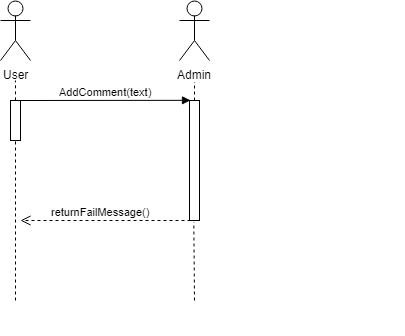
Earlier version of the draw.io export Behavioral/Sequence Diagram/Add comment fail scenario.png (group-c/sw-project). Source tidied: cells renumbered, new cells last; positions are measured from the earlier drawing's top-left corner, leaving out a move shared by most shapes. Its diagram source:
```xml
<mxGraphModel>
  <root>
    <mxCell id="0" />
    <mxCell id="1" parent="0" />
    <mxCell id="2" value="User&lt;br&gt;" style="shape=umlActor;verticalLabelPosition=bottom;labelBackgroundColor=#ffffff;verticalAlign=top;html=1;" parent="1" vertex="1">
      <mxGeometry width="30" height="60" as="geometry" />
    </mxCell>
    <mxCell id="3" style="html=1;points=[];perimeter=orthogonalPerimeter;" parent="1" vertex="1">
      <mxGeometry x="10" y="100" width="10" height="40" as="geometry" />
    </mxCell>
    <mxCell id="4" style="html=1;points=[];perimeter=orthogonalPerimeter;" parent="1" vertex="1">
      <mxGeometry x="189" y="100" width="10" height="120" as="geometry" />
    </mxCell>
    <mxCell id="5" style="endArrow=none;dashed=1;html=1;" parent="1" edge="1">
      <mxGeometry relative="1" as="geometry">
        <mxPoint x="194" y="100" as="sourcePoint" />
        <mxPoint x="194" y="80" as="targetPoint" />
      </mxGeometry>
    </mxCell>
    <mxCell id="6" value="Admin" style="shape=umlActor;verticalLabelPosition=bottom;labelBackgroundColor=#ffffff;verticalAlign=top;html=1;" parent="1" vertex="1">
      <mxGeometry x="179" width="30" height="60" as="geometry" />
    </mxCell>
    <mxCell id="7" style="endArrow=none;dashed=1;html=1;exitX=0.523;exitY=0.002;exitDx=0;exitDy=0;exitPerimeter=0;" parent="1" edge="1" source="3">
      <mxGeometry relative="1" as="geometry">
        <mxPoint x="15" y="80" as="targetPoint" />
      </mxGeometry>
    </mxCell>
    <mxCell id="8" style="endArrow=none;dashed=1;html=1;entryX=0.532;entryY=1.01;entryDx=0;entryDy=0;entryPerimeter=0;" parent="1" edge="1" target="3">
      <mxGeometry relative="1" as="geometry">
        <mxPoint x="15" y="300" as="sourcePoint" />
      </mxGeometry>
    </mxCell>
    <mxCell id="9" value="AddComment(text)" style="html=1;verticalAlign=bottom;endArrow=block;entryX=0.1;entryY=0;entryDx=0;entryDy=0;entryPerimeter=0;" parent="1" edge="1" target="4">
      <mxGeometry relative="1" as="geometry">
        <mxPoint x="20" y="100" as="sourcePoint" />
      </mxGeometry>
    </mxCell>
    <mxCell id="10" value="returnFailMessage()" style="html=1;verticalAlign=bottom;endArrow=open;dashed=1;endSize=8;" parent="1" edge="1">
      <mxGeometry x="0.06" relative="1" as="geometry">
        <mxPoint x="190" y="220" as="sourcePoint" />
        <mxPoint x="20" y="220" as="targetPoint" />
      </mxGeometry>
    </mxCell>
    <mxCell id="11" style="endArrow=none;dashed=1;html=1;entryX=0.471;entryY=1.011;entryDx=0;entryDy=0;entryPerimeter=0;" parent="1" edge="1" target="4">
      <mxGeometry relative="1" as="geometry">
        <mxPoint x="194" y="300" as="sourcePoint" />
      </mxGeometry>
    </mxCell>
    <mxCell id="12" value="&lt;br&gt;&lt;br&gt;" style="text;html=1;align=left;verticalAlign=top;spacingTop=-4;" parent="1" vertex="1">
      <mxGeometry x="383" y="305" width="20" height="30" as="geometry" />
    </mxCell>
  </root>
</mxGraphModel>
```
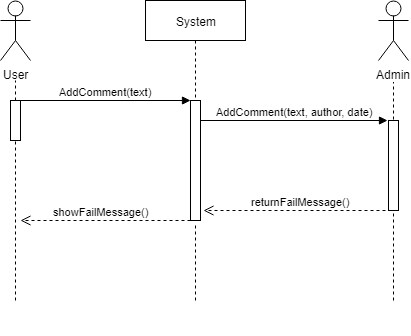
After the change.

Commit message:
Added Add comment fail scenario. Reyhaneh

The edit, as a diff of the source:
```diff
@@ -3,51 +3,73 @@
     <mxCell id="0" />
     <mxCell id="1" parent="0" />
     <mxCell id="2" value="User&lt;br&gt;" style="shape=umlActor;verticalLabelPosition=bottom;labelBackgroundColor=#ffffff;verticalAlign=top;html=1;" parent="1" vertex="1">
-      <mxGeometry width="30" height="60" as="geometry" />
+      <mxGeometry x="-60" y="10" width="30" height="60" as="geometry" />
     </mxCell>
-    <mxCell id="3" style="html=1;points=[];perimeter=orthogonalPerimeter;" parent="1" vertex="1">
-      <mxGeometry x="10" y="100" width="10" height="40" as="geometry" />
-    </mxCell>
-    <mxCell id="4" style="html=1;points=[];perimeter=orthogonalPerimeter;" parent="1" vertex="1">
-      <mxGeometry x="189" y="100" width="10" height="120" as="geometry" />
-    </mxCell>
-    <mxCell id="5" style="endArrow=none;dashed=1;html=1;" parent="1" edge="1">
-      <mxGeometry relative="1" as="geometry">
-        <mxPoint x="194" y="100" as="sourcePoint" />
-        <mxPoint x="194" y="80" as="targetPoint" />
-      </mxGeometry>
-    </mxCell>
+    <mxCell id="13" style="html=1;points=[];perimeter=orthogonalPerimeter;" parent="1" vertex="1">
+      <mxGeometry x="-50" y="110" width="10" height="40" as="geometry" />
+    </mxCell>
+    <mxCell id="14" style="html=1;points=[];perimeter=orthogonalPerimeter;" parent="1" vertex="1">
+      <mxGeometry x="328" y="130" width="10" height="90" as="geometry" />
+    </mxCell>
+    <mxCell id="15" style="endArrow=none;dashed=1;html=1;exitX=0.472;exitY=-0.011;exitDx=0;exitDy=0;exitPerimeter=0;" parent="1" edge="1" source="14">
+      <mxGeometry relative="1" as="geometry">
+        <mxPoint x="333" y="90" as="targetPoint" />
+      </mxGeometry>
+    </mxCell>
     <mxCell id="6" value="Admin" style="shape=umlActor;verticalLabelPosition=bottom;labelBackgroundColor=#ffffff;verticalAlign=top;html=1;" parent="1" vertex="1">
-      <mxGeometry x="179" width="30" height="60" as="geometry" />
+      <mxGeometry x="318" y="10" width="30" height="60" as="geometry" />
     </mxCell>
-    <mxCell id="7" style="endArrow=none;dashed=1;html=1;exitX=0.523;exitY=0.002;exitDx=0;exitDy=0;exitPerimeter=0;" parent="1" edge="1" source="3">
-      <mxGeometry relative="1" as="geometry">
-        <mxPoint x="15" y="80" as="targetPoint" />
-      </mxGeometry>
-    </mxCell>
-    <mxCell id="8" style="endArrow=none;dashed=1;html=1;entryX=0.532;entryY=1.01;entryDx=0;entryDy=0;entryPerimeter=0;" parent="1" edge="1" target="3">
-      <mxGeometry relative="1" as="geometry">
-        <mxPoint x="15" y="300" as="sourcePoint" />
-      </mxGeometry>
-    </mxCell>
+    <mxCell id="16" style="endArrow=none;dashed=1;html=1;exitX=0.523;exitY=0.002;exitDx=0;exitDy=0;exitPerimeter=0;" parent="1" edge="1" source="13">
+      <mxGeometry relative="1" as="geometry">
+        <mxPoint x="-45" y="90" as="targetPoint" />
+      </mxGeometry>
+    </mxCell>
+    <mxCell id="17" style="endArrow=none;dashed=1;html=1;entryX=0.532;entryY=1.01;entryDx=0;entryDy=0;entryPerimeter=0;" parent="1" edge="1" target="13">
+      <mxGeometry relative="1" as="geometry">
+        <mxPoint x="-45" y="310" as="sourcePoint" />
+      </mxGeometry>
+    </mxCell>
-    <mxCell id="9" value="AddComment(text)" style="html=1;verticalAlign=bottom;endArrow=block;entryX=0.1;entryY=0;entryDx=0;entryDy=0;entryPerimeter=0;" parent="1" edge="1" target="4">
+    <mxCell id="9" value="AddComment(text)" style="html=1;verticalAlign=bottom;endArrow=block;" parent="1" edge="1">
       <mxGeometry relative="1" as="geometry">
-        <mxPoint x="20" y="100" as="sourcePoint" />
+        <mxPoint x="-40" y="110" as="sourcePoint" />
+        <mxPoint x="130" y="110" as="targetPoint" />
       </mxGeometry>
     </mxCell>
+    <mxCell id="18" value="showFailMessage()" style="html=1;verticalAlign=bottom;endArrow=open;dashed=1;endSize=8;" parent="1" edge="1">
+      <mxGeometry x="0.06" relative="1" as="geometry">
+        <mxPoint x="130" y="230" as="sourcePoint" />
+        <mxPoint x="-40" y="230" as="targetPoint" />
+      </mxGeometry>
+    </mxCell>
+    <mxCell id="19" style="endArrow=none;dashed=1;html=1;entryX=0.471;entryY=1.011;entryDx=0;entryDy=0;entryPerimeter=0;" parent="1" edge="1" target="14">
+      <mxGeometry relative="1" as="geometry">
+        <mxPoint x="333" y="310" as="sourcePoint" />
+      </mxGeometry>
+    </mxCell>
+    <mxCell id="20" value="&lt;br&gt;&lt;br&gt;" style="text;html=1;align=left;verticalAlign=top;spacingTop=-4;" parent="1" vertex="1">
+      <mxGeometry x="323" y="315" width="20" height="30" as="geometry" />
+    </mxCell>
+    <mxCell id="21" style="html=1;points=[];perimeter=orthogonalPerimeter;" parent="1" vertex="1">
+      <mxGeometry x="130" y="110" width="10" height="120" as="geometry" />
+    </mxCell>
+    <mxCell id="22" value="AddComment(text, author, date)" style="html=1;verticalAlign=bottom;endArrow=block;" parent="1" edge="1">
+      <mxGeometry relative="1" as="geometry">
+        <mxPoint x="140" y="130" as="sourcePoint" />
+        <mxPoint x="327" y="130" as="targetPoint" />
+      </mxGeometry>
+    </mxCell>
-    <mxCell id="10" value="returnFailMessage()" style="html=1;verticalAlign=bottom;endArrow=open;dashed=1;endSize=8;" parent="1" edge="1">
-      <mxGeometry x="0.06" relative="1" as="geometry">
-        <mxPoint x="190" y="220" as="sourcePoint" />
-        <mxPoint x="20" y="220" as="targetPoint" />
+    <mxCell id="10" value="returnFailMessage()" style="html=1;verticalAlign=bottom;endArrow=open;dashed=1;endSize=8;entryX=1.333;entryY=0.915;entryDx=0;entryDy=0;entryPerimeter=0;" parent="1" edge="1" target="21">
+      <mxGeometry x="-0.06" relative="1" as="geometry">
+        <mxPoint x="325" y="220" as="sourcePoint" />
       </mxGeometry>
     </mxCell>
-    <mxCell id="11" style="endArrow=none;dashed=1;html=1;entryX=0.471;entryY=1.011;entryDx=0;entryDy=0;entryPerimeter=0;" parent="1" edge="1" target="4">
-      <mxGeometry relative="1" as="geometry">
-        <mxPoint x="194" y="300" as="sourcePoint" />
-      </mxGeometry>
-    </mxCell>
-    <mxCell id="12" value="&lt;br&gt;&lt;br&gt;" style="text;html=1;align=left;verticalAlign=top;spacingTop=-4;" parent="1" vertex="1">
-      <mxGeometry x="383" y="305" width="20" height="30" as="geometry" />
-    </mxCell>
+    <mxCell id="23" value="System" style="shape=umlLifeline;perimeter=lifelinePerimeter;whiteSpace=wrap;html=1;" parent="1" vertex="1">
+      <mxGeometry x="85" y="10" width="100" height="100" as="geometry" />
+    </mxCell>
+    <mxCell id="24" style="endArrow=none;dashed=1;html=1;entryX=0.5;entryY=1.018;entryDx=0;entryDy=0;entryPerimeter=0;" parent="1" edge="1" target="21">
+      <mxGeometry relative="1" as="geometry">
+        <mxPoint x="135" y="310" as="sourcePoint" />
+      </mxGeometry>
+    </mxCell>
   </root>
 </mxGraphModel>
```
